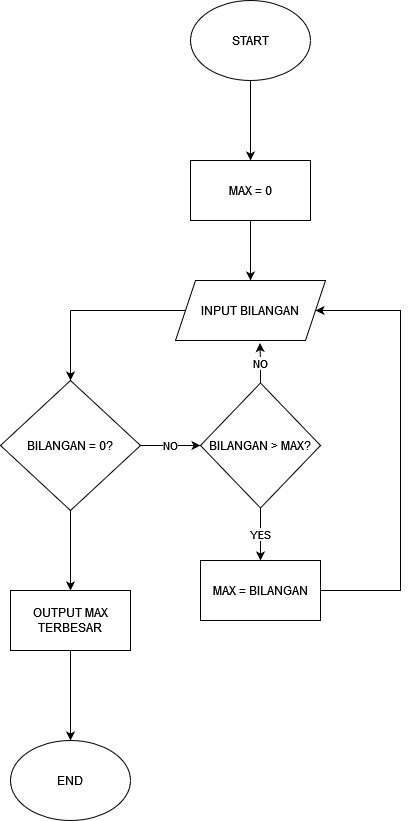
The draw.io diagram Praktikum/FlowChart.png in perkedelSapi/Praktikum-3, before a commit. Source tidied: cells renumbered, new cells last; positions are measured from the earlier drawing's top-left corner, leaving out a move shared by most shapes. Source of this version:
```xml
<mxGraphModel>
  <root>
    <mxCell id="0" />
    <mxCell id="1" parent="0" />
    <mxCell id="2" value="START" style="ellipse;whiteSpace=wrap;html=1;" parent="1" vertex="1">
      <mxGeometry x="190" width="120" height="80" as="geometry" />
    </mxCell>
    <mxCell id="3" style="endArrow=classic;html=1;rounded=0;exitX=0.5;exitY=1;exitDx=0;exitDy=0;" parent="1" edge="1" source="2">
      <mxGeometry relative="1" as="geometry">
        <mxPoint x="250" y="160" as="targetPoint" />
      </mxGeometry>
    </mxCell>
    <mxCell id="4" value="MAX = 0" style="rounded=0;whiteSpace=wrap;html=1;" parent="1" vertex="1">
      <mxGeometry x="190" y="160" width="120" height="60" as="geometry" />
    </mxCell>
    <mxCell id="5" style="endArrow=classic;html=1;rounded=0;exitX=0.5;exitY=1;exitDx=0;exitDy=0;" parent="1" edge="1" source="4">
      <mxGeometry relative="1" as="geometry">
        <mxPoint x="250" y="280" as="targetPoint" />
      </mxGeometry>
    </mxCell>
    <mxCell id="6" value="INPUT BILANGAN" style="shape=parallelogram;perimeter=parallelogramPerimeter;whiteSpace=wrap;html=1;fixedSize=1;" parent="1" vertex="1">
      <mxGeometry x="175" y="280" width="150" height="60" as="geometry" />
    </mxCell>
    <mxCell id="7" style="endArrow=none;html=1;rounded=0;exitX=0;exitY=0.5;exitDx=0;exitDy=0;" parent="1" edge="1" source="6">
      <mxGeometry relative="1" as="geometry">
        <mxPoint x="70" y="310" as="targetPoint" />
      </mxGeometry>
    </mxCell>
    <mxCell id="8" style="endArrow=classic;html=1;rounded=0;entryX=0.5;entryY=0;entryDx=0;entryDy=0;" parent="1" edge="1">
      <mxGeometry relative="1" as="geometry">
        <mxPoint x="70" y="310" as="sourcePoint" />
        <mxPoint x="70" y="380" as="targetPoint" />
      </mxGeometry>
    </mxCell>
    <mxCell id="9" style="edgeStyle=orthogonalEdgeStyle;rounded=0;jettySize=auto;html=1;" parent="1" edge="1" source="10" target="18">
      <mxGeometry relative="1" as="geometry" />
    </mxCell>
    <mxCell id="10" value="BILANGAN = 0?" style="rhombus;whiteSpace=wrap;html=1;" parent="1" vertex="1">
      <mxGeometry y="380" width="140" height="130" as="geometry" />
    </mxCell>
    <mxCell id="11" value="NO" style="endArrow=classic;html=1;rounded=0;exitX=1;exitY=0.5;exitDx=0;exitDy=0;" parent="1" edge="1" source="10">
      <mxGeometry relative="1" as="geometry">
        <mxPoint x="200" y="445" as="targetPoint" />
      </mxGeometry>
    </mxCell>
    <mxCell id="12" value="YES" style="edgeStyle=orthogonalEdgeStyle;rounded=0;jettySize=auto;html=1;" parent="1" edge="1" source="13" target="16">
      <mxGeometry relative="1" as="geometry" />
    </mxCell>
    <mxCell id="13" value="BILANGAN &amp;gt; MAX?" style="rhombus;whiteSpace=wrap;html=1;" parent="1" vertex="1">
      <mxGeometry x="200" y="382.5" width="120" height="125" as="geometry" />
    </mxCell>
    <mxCell id="14" value="NO" style="edgeStyle=orthogonalEdgeStyle;rounded=0;jettySize=auto;html=1;entryX=0.563;entryY=1.042;entryDx=0;entryDy=0;entryPerimeter=0;" parent="1" edge="1" source="13" target="6">
      <mxGeometry relative="1" as="geometry" />
    </mxCell>
    <mxCell id="15" style="edgeStyle=orthogonalEdgeStyle;rounded=0;jettySize=auto;html=1;" parent="1" edge="1" source="16" target="6">
      <mxGeometry relative="1" as="geometry">
        <Array as="points">
          <mxPoint x="400" y="590" />
          <mxPoint x="400" y="310" />
        </Array>
      </mxGeometry>
    </mxCell>
    <mxCell id="16" value="MAX = BILANGAN" style="rounded=0;whiteSpace=wrap;html=1;" parent="1" vertex="1">
      <mxGeometry x="200" y="560" width="120" height="60" as="geometry" />
    </mxCell>
    <mxCell id="17" style="edgeStyle=orthogonalEdgeStyle;rounded=0;jettySize=auto;html=1;" parent="1" edge="1" source="18" target="19">
      <mxGeometry relative="1" as="geometry" />
    </mxCell>
    <mxCell id="18" value="OUTPUT MAX TERBESAR" style="rounded=0;whiteSpace=wrap;html=1;" parent="1" vertex="1">
      <mxGeometry x="10" y="590" width="120" height="60" as="geometry" />
    </mxCell>
    <mxCell id="19" value="END" style="ellipse;whiteSpace=wrap;html=1;" parent="1" vertex="1">
      <mxGeometry x="10" y="740" width="120" height="80" as="geometry" />
    </mxCell>
  </root>
</mxGraphModel>
```
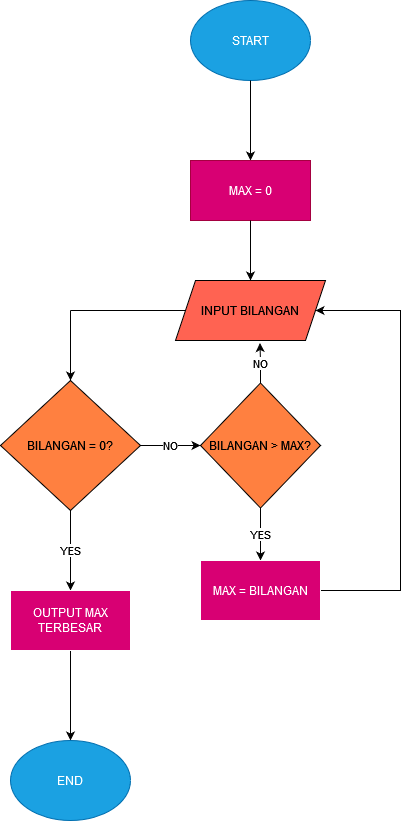
After the commit.

The edit, as a diff of the source:
```diff
@@ -1,8 +1,8 @@
-<mxGraphModel>
+<mxGraphModel background="#FFFFFF">
   <root>
     <mxCell id="0" />
     <mxCell id="1" parent="0" />
-    <mxCell id="2" value="START" style="ellipse;whiteSpace=wrap;html=1;" parent="1" vertex="1">
+    <mxCell id="2" value="START" style="ellipse;whiteSpace=wrap;html=1;fillColor=#1ba1e2;fontColor=#ffffff;strokeColor=#006EAF;" parent="1" vertex="1">
       <mxGeometry x="190" width="120" height="80" as="geometry" />
     </mxCell>
     <mxCell id="3" style="endArrow=classic;html=1;rounded=0;exitX=0.5;exitY=1;exitDx=0;exitDy=0;" parent="1" edge="1" source="2">
@@ -10,7 +10,7 @@
         <mxPoint x="250" y="160" as="targetPoint" />
       </mxGeometry>
     </mxCell>
-    <mxCell id="4" value="MAX = 0" style="rounded=0;whiteSpace=wrap;html=1;" parent="1" vertex="1">
+    <mxCell id="4" value="MAX = 0" style="rounded=0;whiteSpace=wrap;html=1;fillColor=#d80073;fontColor=#ffffff;strokeColor=#A50040;" parent="1" vertex="1">
       <mxGeometry x="190" y="160" width="120" height="60" as="geometry" />
     </mxCell>
     <mxCell id="5" style="endArrow=classic;html=1;rounded=0;exitX=0.5;exitY=1;exitDx=0;exitDy=0;" parent="1" edge="1" source="4">
@@ -18,7 +18,7 @@
         <mxPoint x="250" y="280" as="targetPoint" />
       </mxGeometry>
     </mxCell>
-    <mxCell id="6" value="INPUT BILANGAN" style="shape=parallelogram;perimeter=parallelogramPerimeter;whiteSpace=wrap;html=1;fixedSize=1;" parent="1" vertex="1">
+    <mxCell id="6" value="INPUT BILANGAN" style="shape=parallelogram;perimeter=parallelogramPerimeter;whiteSpace=wrap;html=1;fixedSize=1;fillColor=#FF6352;" parent="1" vertex="1">
       <mxGeometry x="175" y="280" width="150" height="60" as="geometry" />
     </mxCell>
     <mxCell id="7" style="endArrow=none;html=1;rounded=0;exitX=0;exitY=0.5;exitDx=0;exitDy=0;" parent="1" edge="1" source="6">
@@ -32,10 +32,10 @@
         <mxPoint x="70" y="380" as="targetPoint" />
       </mxGeometry>
     </mxCell>
-    <mxCell id="9" style="edgeStyle=orthogonalEdgeStyle;rounded=0;jettySize=auto;html=1;" parent="1" edge="1" source="10" target="18">
+    <mxCell id="9" value="YES" style="edgeStyle=orthogonalEdgeStyle;rounded=0;jettySize=auto;html=1;" parent="1" edge="1" source="10" target="18">
       <mxGeometry relative="1" as="geometry" />
     </mxCell>
-    <mxCell id="10" value="BILANGAN = 0?" style="rhombus;whiteSpace=wrap;html=1;" parent="1" vertex="1">
+    <mxCell id="10" value="BILANGAN = 0?" style="rhombus;whiteSpace=wrap;html=1;fillColor=#ff8040;strokeColor=#000000;" parent="1" vertex="1">
       <mxGeometry y="380" width="140" height="130" as="geometry" />
     </mxCell>
     <mxCell id="11" value="NO" style="endArrow=classic;html=1;rounded=0;exitX=1;exitY=0.5;exitDx=0;exitDy=0;" parent="1" edge="1" source="10">
@@ -46,7 +46,7 @@
     <mxCell id="12" value="YES" style="edgeStyle=orthogonalEdgeStyle;rounded=0;jettySize=auto;html=1;" parent="1" edge="1" source="13" target="16">
       <mxGeometry relative="1" as="geometry" />
     </mxCell>
-    <mxCell id="13" value="BILANGAN &amp;gt; MAX?" style="rhombus;whiteSpace=wrap;html=1;" parent="1" vertex="1">
+    <mxCell id="13" value="BILANGAN &amp;gt; MAX?" style="rhombus;whiteSpace=wrap;html=1;fillColor=#ff8040;strokeColor=#000000;" parent="1" vertex="1">
       <mxGeometry x="200" y="382.5" width="120" height="125" as="geometry" />
     </mxCell>
     <mxCell id="14" value="NO" style="edgeStyle=orthogonalEdgeStyle;rounded=0;jettySize=auto;html=1;entryX=0.563;entryY=1.042;entryDx=0;entryDy=0;entryPerimeter=0;" parent="1" edge="1" source="13" target="6">
@@ -60,16 +60,16 @@
         </Array>
       </mxGeometry>
     </mxCell>
-    <mxCell id="16" value="MAX = BILANGAN" style="rounded=0;whiteSpace=wrap;html=1;" parent="1" vertex="1">
+    <mxCell id="16" value="MAX = BILANGAN" style="rounded=0;whiteSpace=wrap;html=1;fillColor=#d80073;fontColor=#ffffff;strokeColor=#ffffff;" parent="1" vertex="1">
       <mxGeometry x="200" y="560" width="120" height="60" as="geometry" />
     </mxCell>
     <mxCell id="17" style="edgeStyle=orthogonalEdgeStyle;rounded=0;jettySize=auto;html=1;" parent="1" edge="1" source="18" target="19">
       <mxGeometry relative="1" as="geometry" />
     </mxCell>
-    <mxCell id="18" value="OUTPUT MAX TERBESAR" style="rounded=0;whiteSpace=wrap;html=1;" parent="1" vertex="1">
+    <mxCell id="18" value="OUTPUT MAX TERBESAR" style="rounded=0;whiteSpace=wrap;html=1;fillColor=#d80073;fontColor=#ffffff;strokeColor=#FFFFFF;" parent="1" vertex="1">
       <mxGeometry x="10" y="590" width="120" height="60" as="geometry" />
     </mxCell>
-    <mxCell id="19" value="END" style="ellipse;whiteSpace=wrap;html=1;" parent="1" vertex="1">
+    <mxCell id="19" value="END" style="ellipse;whiteSpace=wrap;html=1;fillColor=#1ba1e2;fontColor=#ffffff;strokeColor=#006EAF;" parent="1" vertex="1">
       <mxGeometry x="10" y="740" width="120" height="80" as="geometry" />
     </mxCell>
   </root>
```
